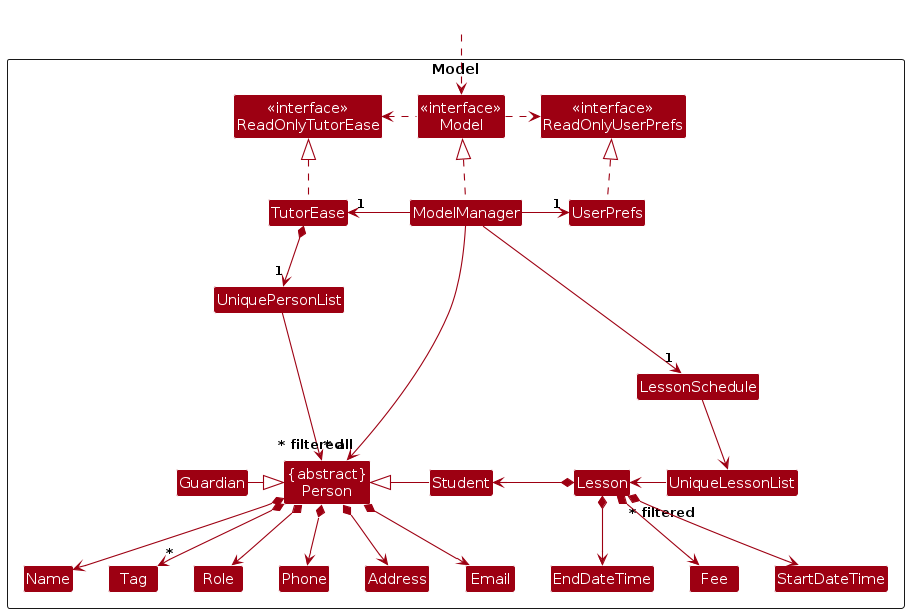
Earlier version of the PlantUML export diagrams/ModelClassDiagram.png (AY2425S1-CS2103-F11-2/tp). Its source is kept beside it as diagrams/ModelClassDiagram.puml.
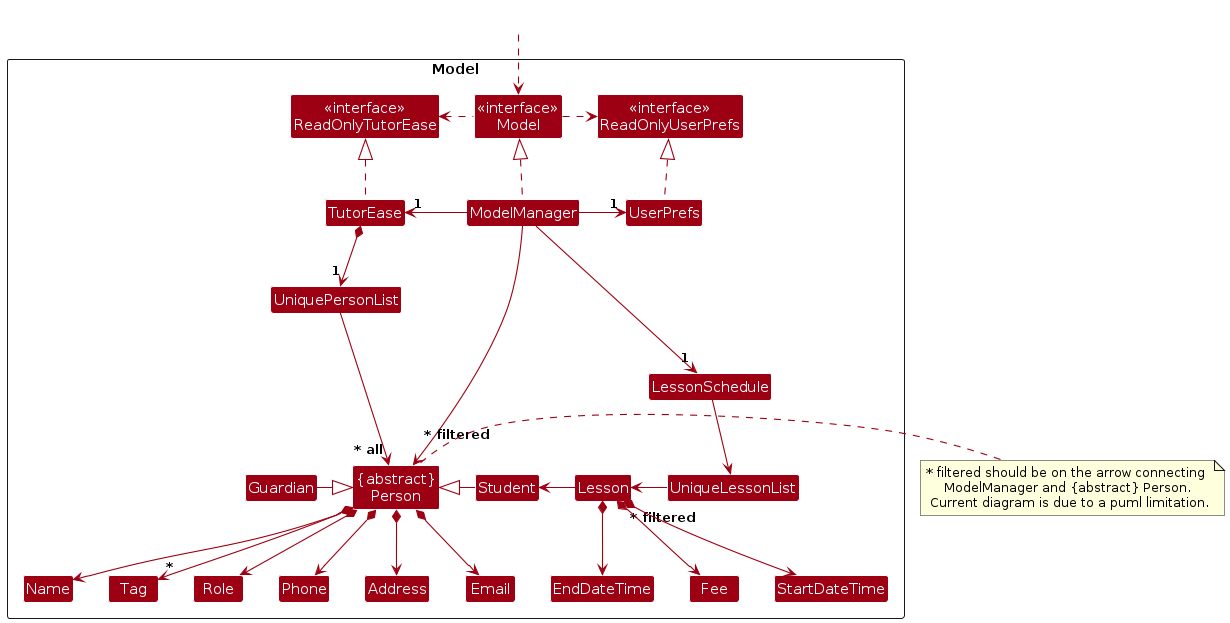
Later version of the same file.

The edit, as a diff of the source:
```diff
@@ -58,7 +58,7 @@
 Person <|-left- Guardian
 
 LessonSchedule --> UniqueLessonList
-Lesson *-left-> Student
+Lesson -left-> Student
 Lesson *--> Fee
 Lesson *--> StartDateTime
 Lesson *--> EndDateTime
@@ -70,6 +70,8 @@
 Phone -[hidden]right-> Address
 Address -[hidden]right-> Email
 
-ModelManager --> "~* filtered" Person
+ModelManager --> "~* filtered\n" Person
+note left of Person: ~* filtered should be on the arrow connecting \n ModelManager and {abstract} Person. \n Current diagram is due to a puml limitation.
+
 ModelManager --> "1" LessonSchedule
 @enduml
```
